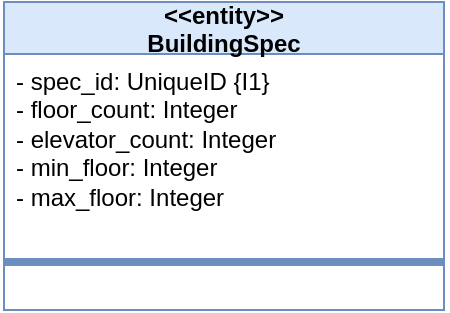
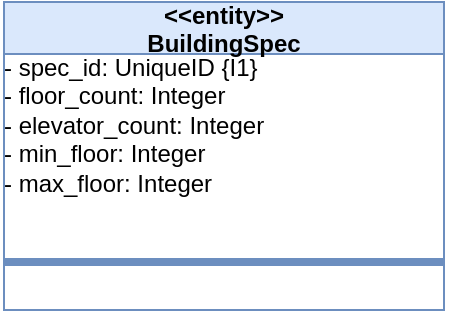
<mxfile compressed="false" version="24.0.0">
  <diagram name="Page-1" id="page1">
    <mxGraphModel dx="1034" dy="546" grid="1" gridSize="10" guides="1" tooltips="1" connect="1" arrows="1" fold="1" page="1" pageScale="1" pageWidth="460" pageHeight="394" math="0" shadow="0" background="#FFFFFF">
      <root>
        <mxCell id="0"/>
        <mxCell id="1" parent="0"/>
-         <mxCell id="building:class:BuildingSpec" value="&lt;&lt;entity&gt;&gt;&#10;BuildingSpec" style="swimlane;fontStyle=1;horizontal=1;startSize=26;fillColor=#dae8fc;strokeColor=#6c8ebf;rounded=0;" vertex="1" parent="1">
+         <mxCell id="building:class:BuildingSpec" value="&lt;&lt;entity&gt;&gt;&#10;BuildingSpec" style="swimlane;fontStyle=1;horizontal=1;startSize=26;fillColor=#dae8fc;strokeColor=#6c8ebf;rounded=0;childLayout=stackLayout;horizontalStack=0;stackFill=1;stackSpacing=0;resizeParent=1;resizeParentMax=0;" vertex="1" parent="1">
          <mxGeometry x="120" y="120" width="220" height="154" as="geometry"/>
        </mxCell>
-         <mxCell id="building:class:BuildingSpec:attrs" value="- spec_id: UniqueID {I1}&lt;br&gt;- floor_count: Integer&lt;br&gt;- elevator_count: Integer&lt;br&gt;- min_floor: Integer&lt;br&gt;- max_floor: Integer" style="text;strokeColor=none;fillColor=none;align=left;verticalAlign=top;spacingLeft=4;spacingRight=4;html=1;overflow=hidden;rotatable=0;" vertex="1" parent="building:class:BuildingSpec">
+         <mxCell id="building:class:BuildingSpec:attrs" value="- spec_id: UniqueID {I1}&lt;br&gt;- floor_count: Integer&lt;br&gt;- elevator_count: Integer&lt;br&gt;- min_floor: Integer&lt;br&gt;- max_floor: Integer" style="text;strokeColor=none;fillColor=none;align=left;verticalAlign=top;spacingLeft=4;spacingRight=4;html=1;overflow=fill;whiteSpace=wrap;rotatable=0;" vertex="1" parent="building:class:BuildingSpec">
          <mxGeometry y="26" width="220" height="100" as="geometry"/>
        </mxCell>
        <mxCell id="building:sep:BuildingSpec" value="" style="line;strokeColor=inherit;fillColor=none;align=left;verticalAlign=middle;spacingTop=-1;spacingBottom=-1;spacingLeft=3;spacingRight=3;rotatable=0;" vertex="1" parent="building:class:BuildingSpec">
          <mxGeometry y="126" width="220" height="8" as="geometry"/>
        </mxCell>
-         <mxCell id="building:class:BuildingSpec:methods" value="" style="text;strokeColor=none;fillColor=none;align=left;verticalAlign=top;spacingLeft=4;spacingRight=4;html=1;overflow=hidden;rotatable=0;" vertex="1" parent="building:class:BuildingSpec">
+         <mxCell id="building:class:BuildingSpec:methods" value="" style="text;strokeColor=none;fillColor=none;align=left;verticalAlign=top;spacingLeft=4;spacingRight=4;html=1;overflow=fill;whiteSpace=wrap;rotatable=0;" vertex="1" parent="building:class:BuildingSpec">
          <mxGeometry y="134" width="220" height="20" as="geometry"/>
        </mxCell>
      </root>
    </mxGraphModel>
  </diagram>
</mxfile>